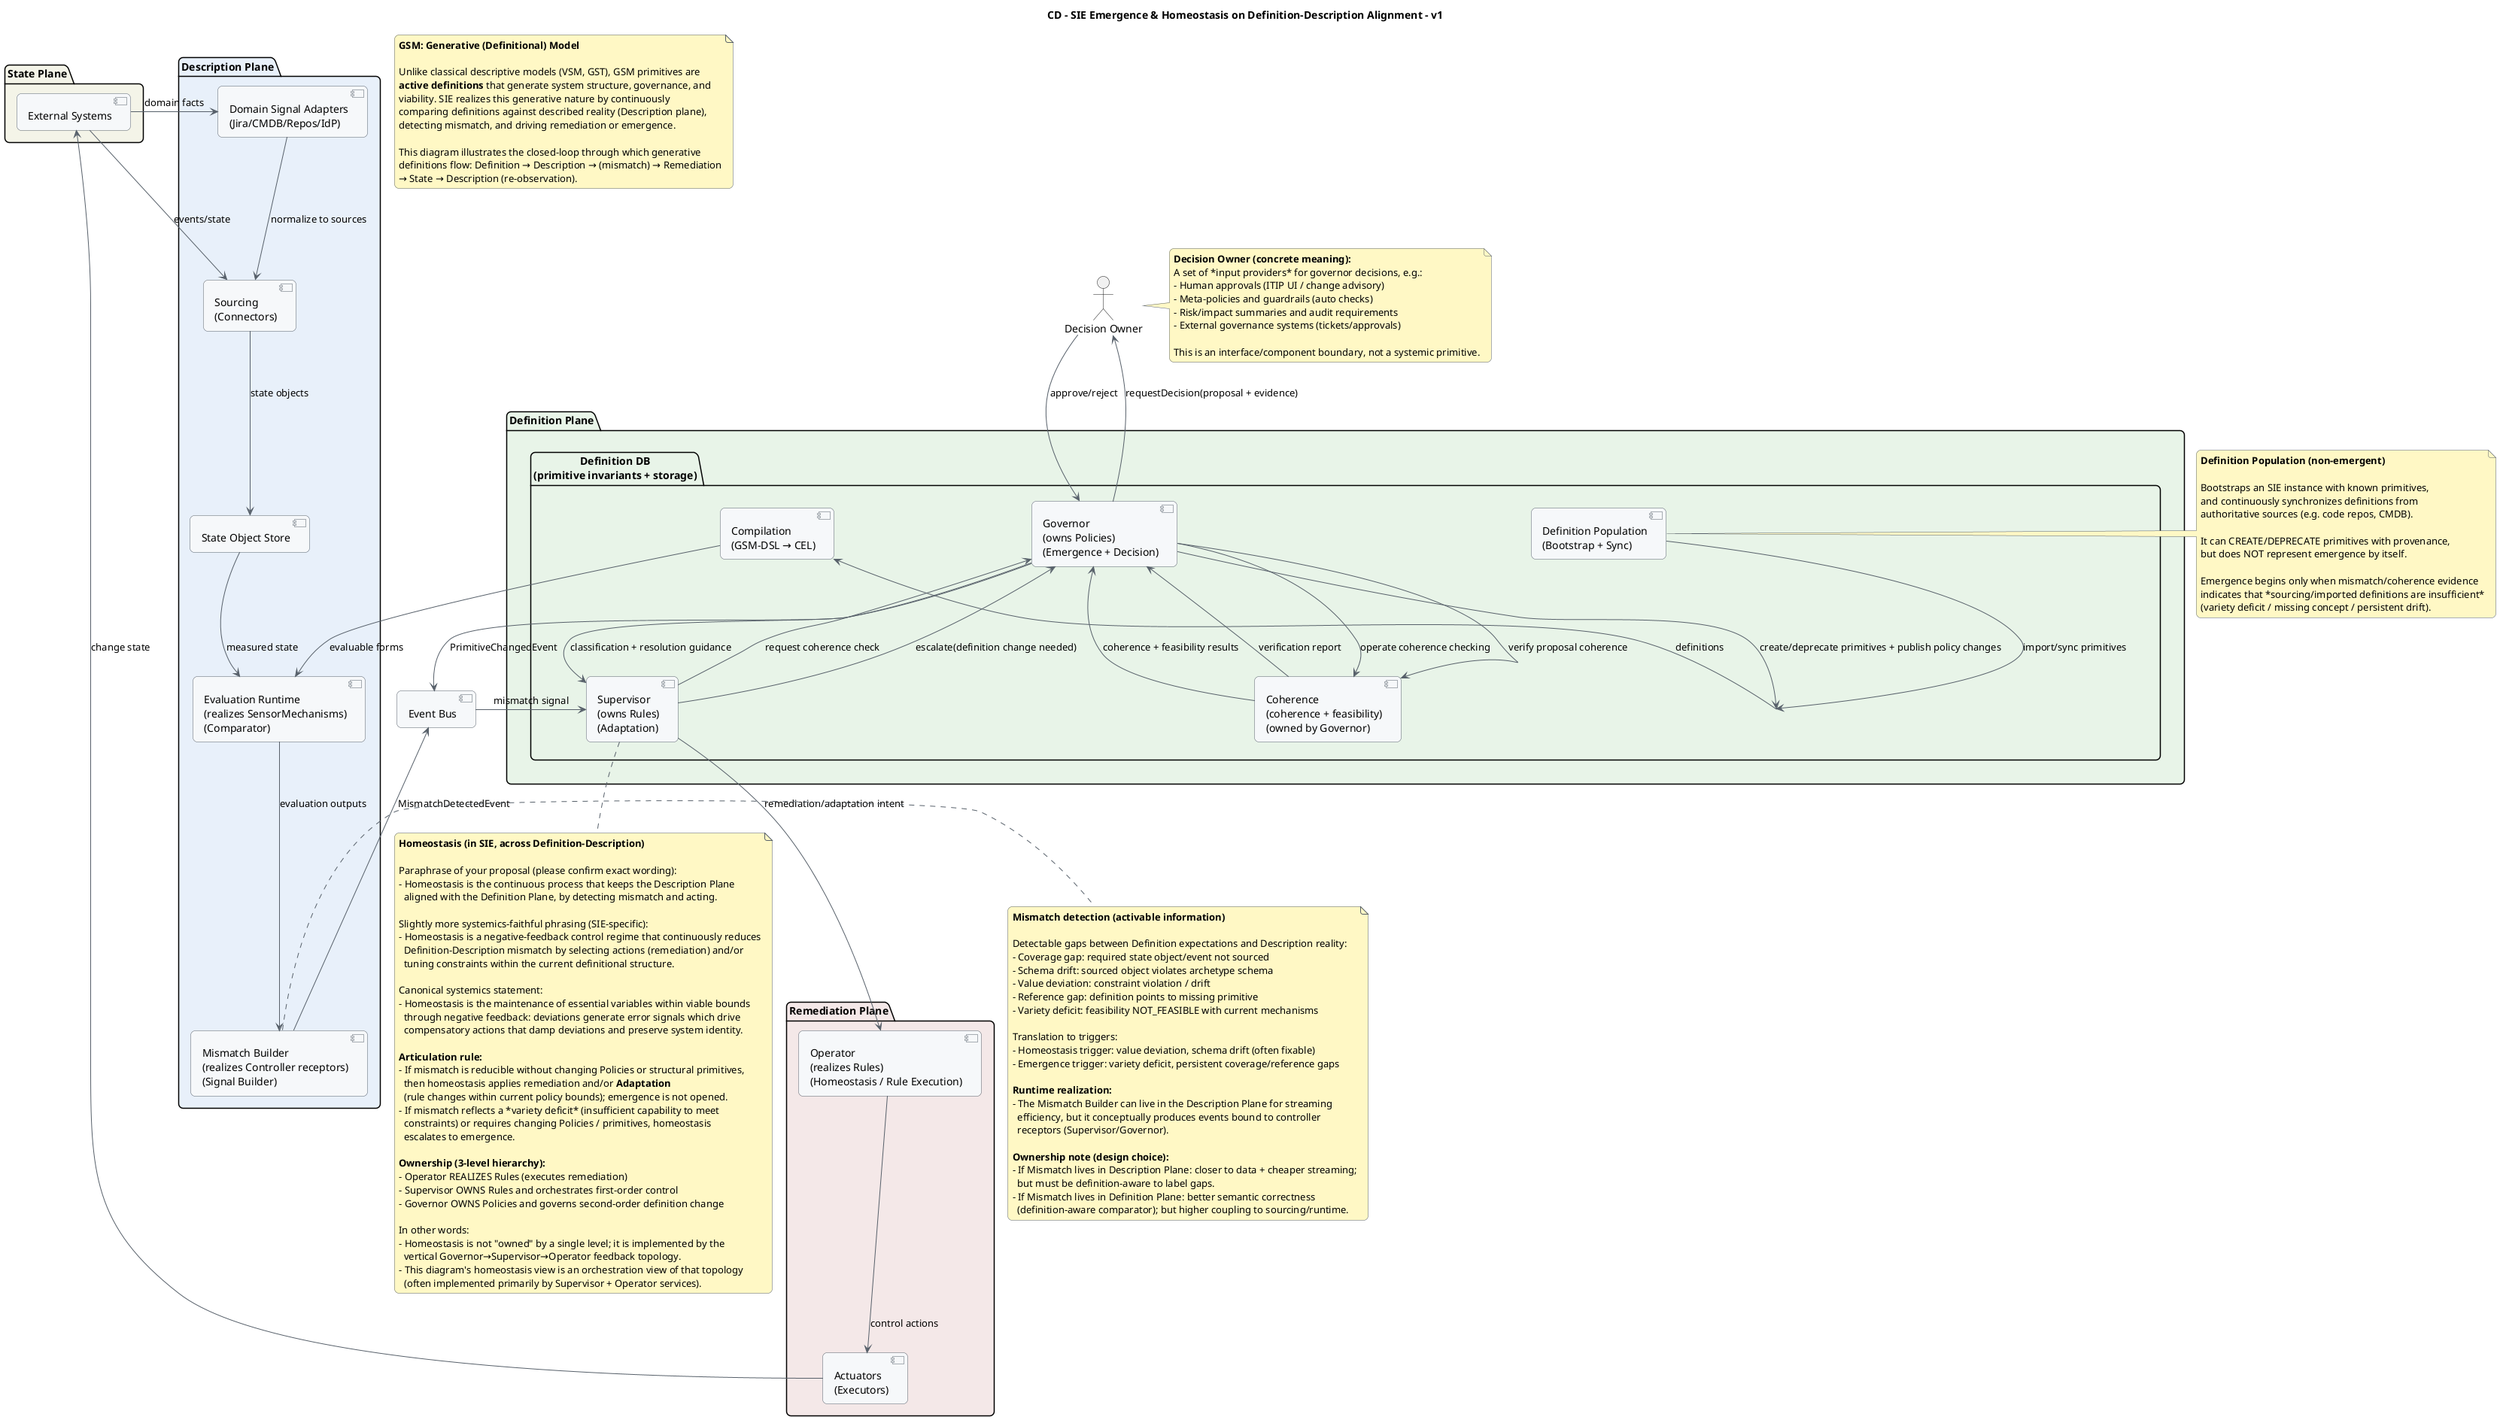
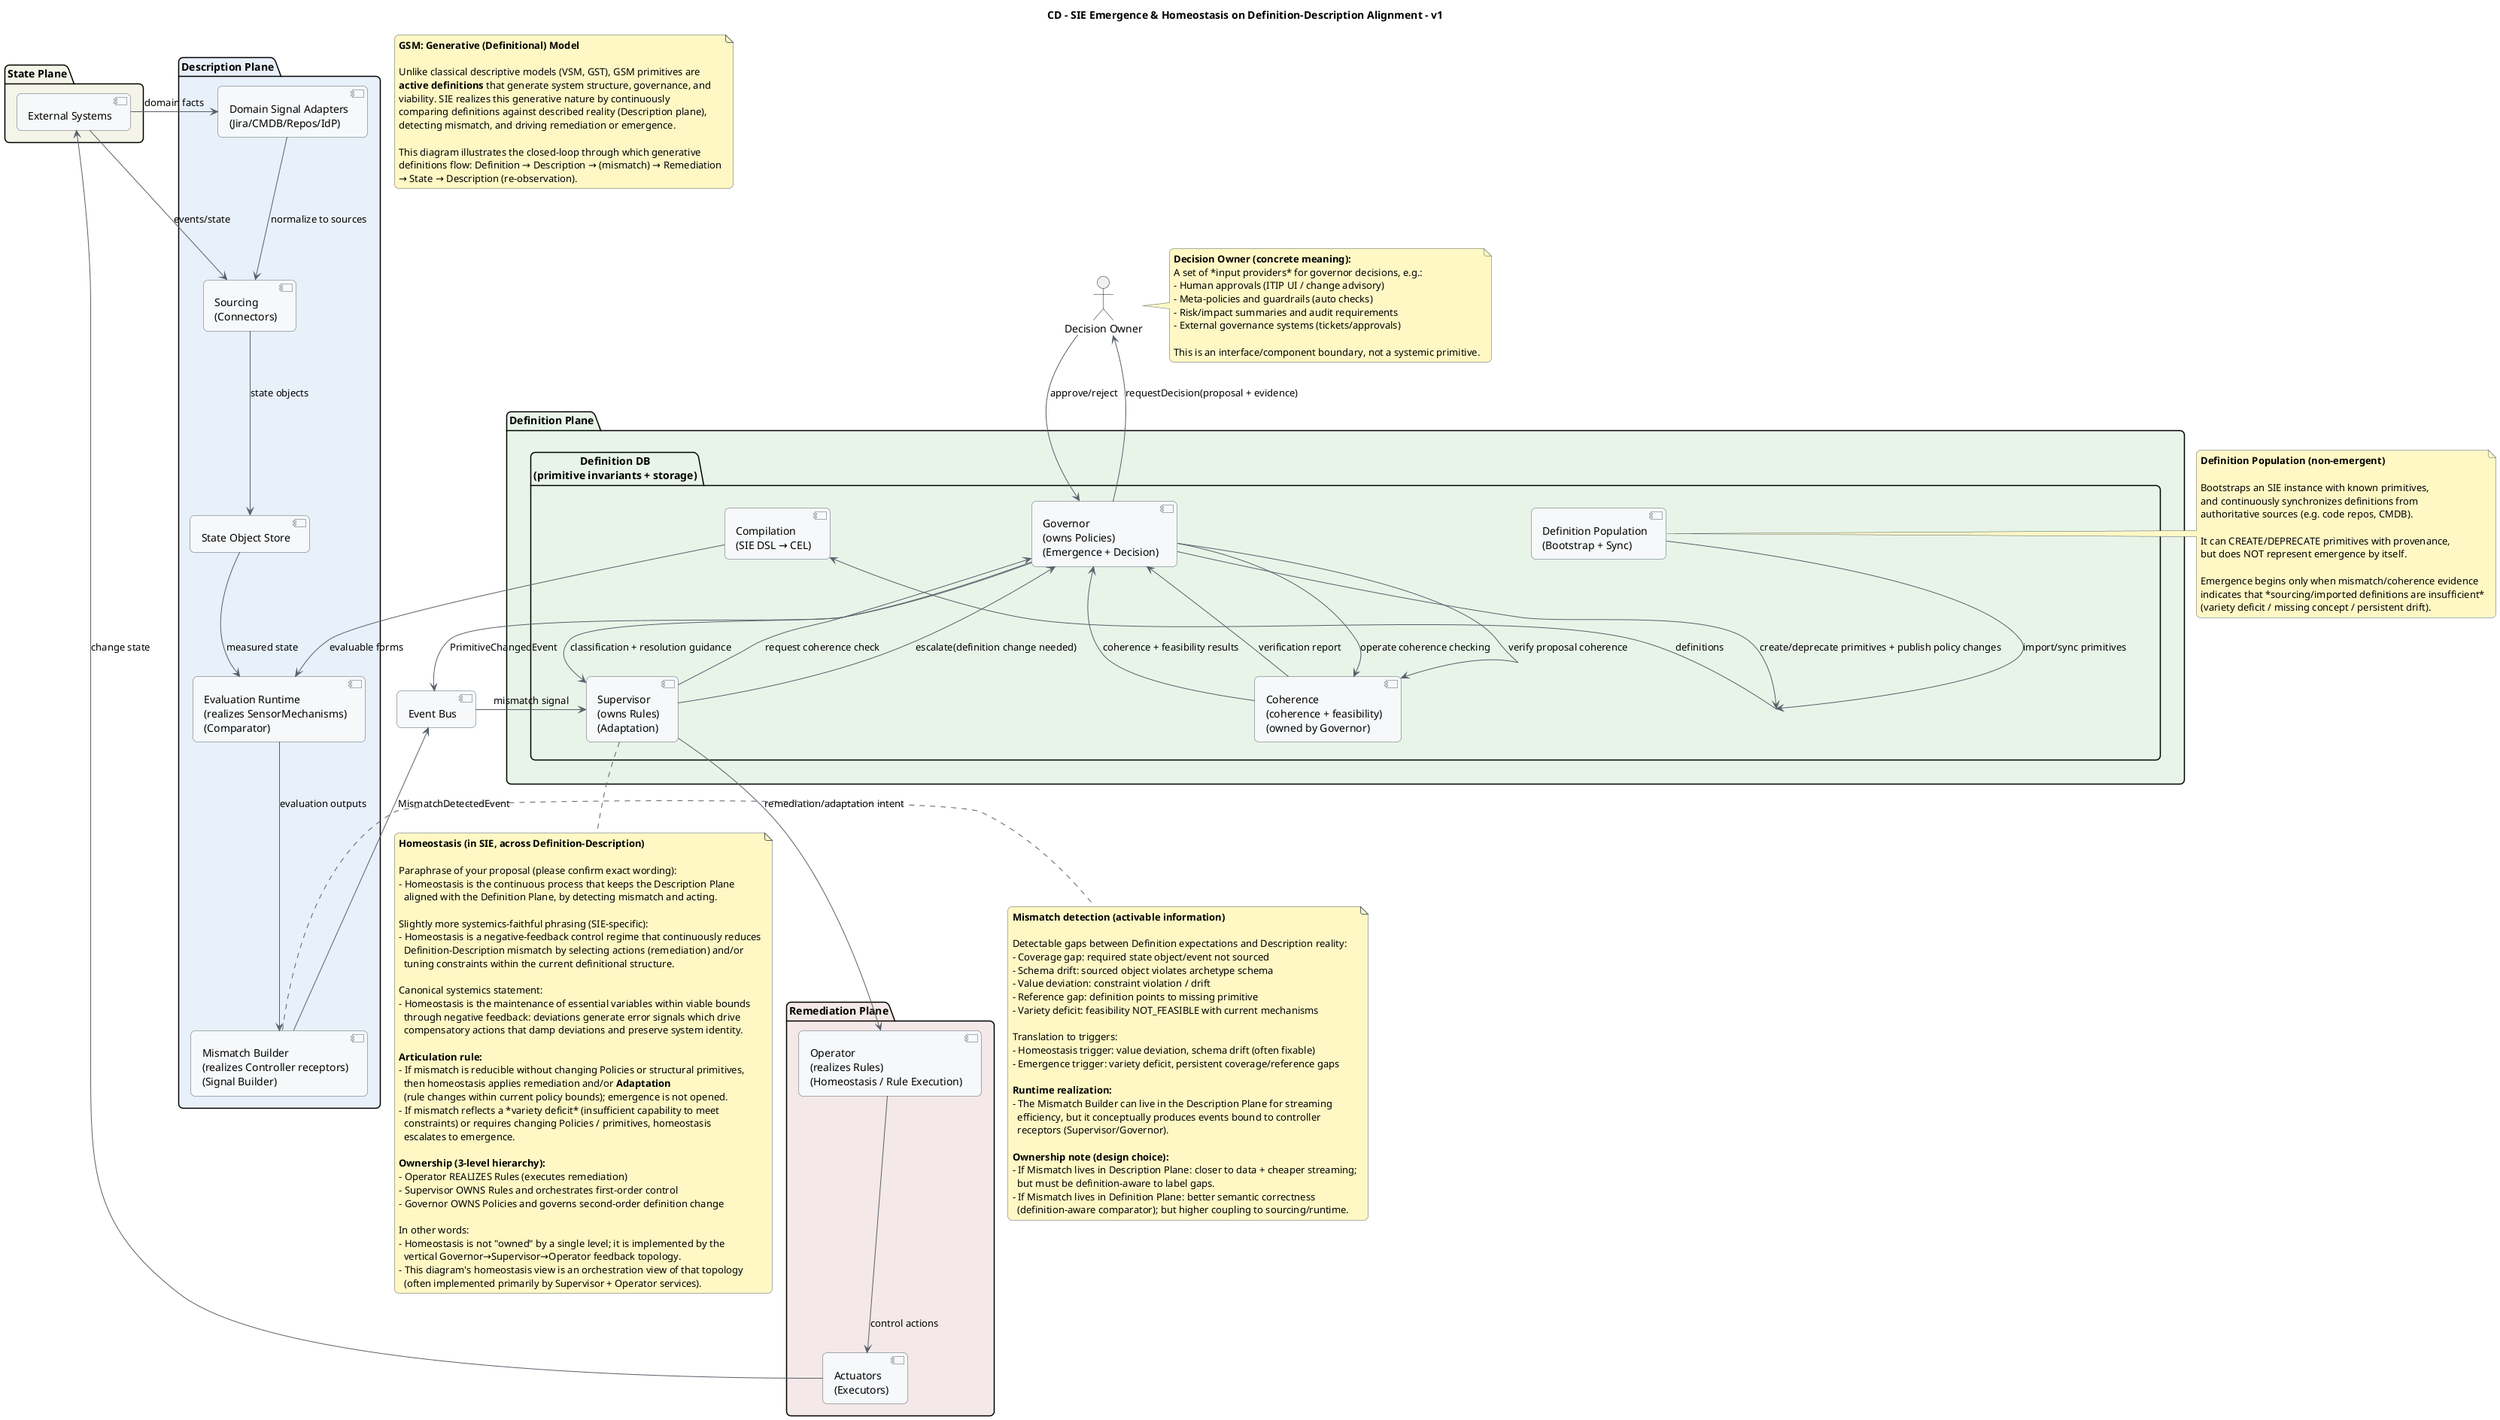
@startuml sie-emergence-components-v1

' ============================================================
' VISUAL THEME
' ============================================================

skinparam shadowing false
skinparam roundcorner 12
skinparam ArrowColor #57606A
skinparam DefaultFontName "SansSerif"
skinparam backgroundColor #FFFFFF

skinparam componentBackgroundColor #F6F8FA
skinparam componentBorderColor #57606A
skinparam noteBackgroundColor #FFF8C5
skinparam noteBorderColor #57606A

title CD - SIE Emergence & Homeostasis on Definition–Description Alignment - v1

note as GenerativeModelNote
  **GSM: Generative (Definitional) Model**

  Unlike classical descriptive models (VSM, GST), GSM primitives are
  **active definitions** that generate system structure, governance, and
  viability. SIE realizes this generative nature by continuously
  comparing definitions against described reality (Description plane),
  detecting mismatch, and driving remediation or emergence.

  This diagram illustrates the closed-loop through which generative
  definitions flow: Definition → Description → (mismatch) → Remediation
  → State → Description (re-observation).
end note

' ============================================================
' COMPONENT VIEW
'
' Purpose: make explicit how homeostasis and emergence articulate across
' Definition ↔ Description interactions.
' ============================================================

package "Definition Plane" as DefPlane #E8F4E8 {
  package "Definition DB\n(primitive invariants + storage)" as SDM #E8F4E8 {
-     [Compilation\n(GSM-DSL → CEL)] as Compiler
+     [Compilation\n(SIE DSL → CEL)] as Compiler
    [Governor\n(owns Policies)\n(Emergence + Decision)] as Governor
    [Supervisor\n(owns Rules)\n(Adaptation)] as Supervisor
    [Coherence\n(coherence + feasibility)\n(owned by Governor)] as Coherence
    [Definition Population\n(Bootstrap + Sync)] as DefPop
  }
}

actor "Decision Owner" as DecisionOwner

package "Description Plane" as DescPlane #E8F0FA {
  [Sourcing\n(Connectors)] as Sourcing
  [Domain Signal Adapters\n(Jira/CMDB/Repos/IdP)] as Signals
  [State Object Store] as StateStore
  [Evaluation Runtime\n(realizes SensorMechanisms)\n(Comparator)] as Comparator
  [Mismatch Builder\n(realizes Controller receptors)\n(Signal Builder)] as Mismatch
}

package "Remediation Plane" as RemPlane #F4E8E8 {
  [Operator\n(realizes Rules)\n(Homeostasis / Rule Execution)] as RuleEngine
  [Actuators\n(Executors)] as Actuators
}

package "State Plane" as StatePlane #F4F4E8 {
  [External Systems] as Ext
}

[Event Bus] as Bus

' ============================================================
' INFORMATION FLOWS
' ============================================================

SDM --> Compiler : definitions
Compiler --> Comparator : evaluable forms

Ext --> Sourcing : events/state
Ext --> Signals : domain facts
Signals --> Sourcing : normalize to sources
Sourcing --> StateStore : state objects
StateStore --> Comparator : measured state

Comparator --> Mismatch : evaluation outputs
Mismatch --> Bus : MismatchDetectedEvent

Bus --> Supervisor : mismatch signal
Supervisor --> RuleEngine : remediation/adaptation intent
RuleEngine --> Actuators : control actions
Actuators --> Ext : change state

Supervisor --> Governor : request coherence check
Governor --> Coherence : operate coherence checking
Coherence --> Governor : coherence + feasibility results
Governor --> Supervisor : classification + resolution guidance

Supervisor --> Governor : escalate(definition change needed)
Governor --> DecisionOwner : requestDecision(proposal + evidence)
DecisionOwner --> Governor : approve/reject
Governor --> Coherence : verify proposal coherence
Coherence --> Governor : verification report
Governor --> SDM : create/deprecate primitives + publish policy changes
Governor --> Bus : PrimitiveChangedEvent

DefPop --> SDM : import/sync primitives
note right of DefPop
  **Definition Population (non-emergent)**

  Bootstraps an SIE instance with known primitives,
  and continuously synchronizes definitions from
  authoritative sources (e.g. code repos, CMDB).

  It can CREATE/DEPRECATE primitives with provenance,
  but does NOT represent emergence by itself.

  Emergence begins only when mismatch/coherence evidence
  indicates that *sourcing/imported definitions are insufficient*
  (variety deficit / missing concept / persistent drift).
end note

note right of DecisionOwner
  **Decision Owner (concrete meaning):**
  A set of *input providers* for governor decisions, e.g.:
  - Human approvals (ITIP UI / change advisory)
  - Meta-policies and guardrails (auto checks)
  - Risk/impact summaries and audit requirements
  - External governance systems (tickets/approvals)

  This is an interface/component boundary, not a systemic primitive.
end note

' ============================================================
' HOMEOSTASIS / EMERGENCE ARTICULATION (TEXT)
' ============================================================

note bottom of Supervisor
  **Homeostasis (in SIE, across Definition–Description)**

  Paraphrase of your proposal (please confirm exact wording):
  - Homeostasis is the continuous process that keeps the Description Plane
    aligned with the Definition Plane, by detecting mismatch and acting.

  Slightly more systemics-faithful phrasing (SIE-specific):
  - Homeostasis is a negative-feedback control regime that continuously reduces
    Definition–Description mismatch by selecting actions (remediation) and/or
    tuning constraints within the current definitional structure.

  Canonical systemics statement:
  - Homeostasis is the maintenance of essential variables within viable bounds
    through negative feedback: deviations generate error signals which drive
    compensatory actions that damp deviations and preserve system identity.

  **Articulation rule:**
  - If mismatch is reducible without changing Policies or structural primitives,
    then homeostasis applies remediation and/or **Adaptation**
    (rule changes within current policy bounds); emergence is not opened.
  - If mismatch reflects a *variety deficit* (insufficient capability to meet
    constraints) or requires changing Policies / primitives, homeostasis
    escalates to emergence.

  **Ownership (3-level hierarchy):**
  - Operator REALIZES Rules (executes remediation)
  - Supervisor OWNS Rules and orchestrates first-order control
  - Governor OWNS Policies and governs second-order definition change

  In other words:
  - Homeostasis is not "owned" by a single level; it is implemented by the
    vertical Governor→Supervisor→Operator feedback topology.
  - This diagram's homeostasis view is an orchestration view of that topology
    (often implemented primarily by Supervisor + Operator services).
end note

note right of Mismatch
  **Mismatch detection (activable information)**

  Detectable gaps between Definition expectations and Description reality:
  - Coverage gap: required state object/event not sourced
  - Schema drift: sourced object violates archetype schema
  - Value deviation: constraint violation / drift
  - Reference gap: definition points to missing primitive
  - Variety deficit: feasibility NOT_FEASIBLE with current mechanisms

  Translation to triggers:
  - Homeostasis trigger: value deviation, schema drift (often fixable)
  - Emergence trigger: variety deficit, persistent coverage/reference gaps

  **Runtime realization:**
  - The Mismatch Builder can live in the Description Plane for streaming
    efficiency, but it conceptually produces events bound to controller
    receptors (Supervisor/Governor).

  **Ownership note (design choice):**
  - If Mismatch lives in Description Plane: closer to data + cheaper streaming;
    but must be definition-aware to label gaps.
  - If Mismatch lives in Definition Plane: better semantic correctness
    (definition-aware comparator); but higher coupling to sourcing/runtime.
end note

@enduml
